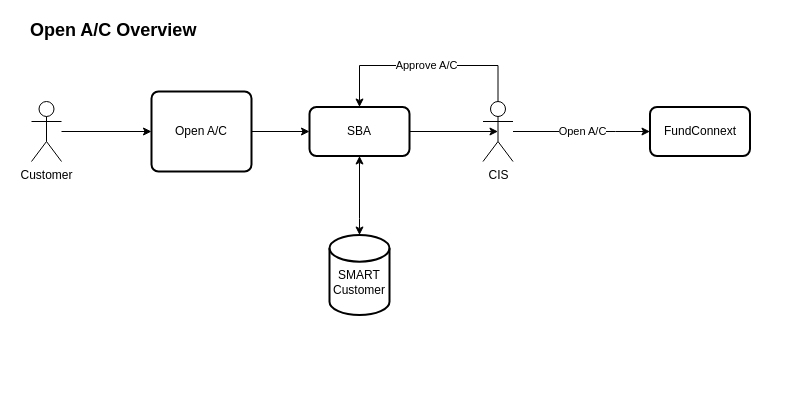
Above: page "OpenAC-Overview" (6 of 7) of UT Diagram.drawio in peerapongdev/diagrams (draw.io), before the change. Source tidied: cells renumbered, new cells numbered last; positions are measured from the earlier drawing's top-left corner, leaving out a move shared by most shapes. Both pictures are drawn from the tidied source at 100%, with x=0, y=0 at pixel (28, 17).
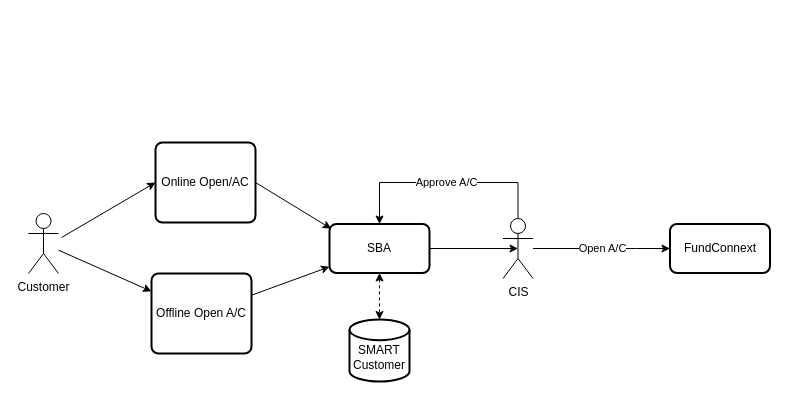
The same page after the edit.

The edit, as a diff of the source:
```diff
@@
     <mxCell id="2" value="&lt;br&gt;SMART Customer" style="strokeWidth=2;html=1;shape=mxgraph.flowchart.database;whiteSpace=wrap;fontColor=#000000;align=center;" parent="1" vertex="1">
-      <mxGeometry x="301" y="217.5" width="60" height="80" as="geometry" />
+      <mxGeometry x="321" y="302" width="60" height="62" as="geometry" />
     </mxCell>
-    <mxCell id="3" style="edgeStyle=orthogonalEdgeStyle;rounded=0;jettySize=auto;html=1;startArrow=none;startFill=0;fontColor=#000000;" parent="1" edge="1" source="4" target="6">
+    <mxCell id="3" style="rounded=0;jettySize=auto;html=1;startArrow=none;startFill=0;fontColor=#000000;" parent="1" edge="1" source="4" target="6">
       <mxGeometry relative="1" as="geometry" />
     </mxCell>
     <mxCell id="4" value="Customer" style="shape=umlActor;verticalLabelPosition=bottom;labelBackgroundColor=#ffffff;verticalAlign=top;html=1;fontColor=#000000;align=center;" parent="1" vertex="1">
-      <mxGeometry x="3" y="84" width="30" height="60" as="geometry" />
+      <mxGeometry y="196" width="30" height="60" as="geometry" />
     </mxCell>
-    <mxCell id="5" style="edgeStyle=orthogonalEdgeStyle;rounded=0;jettySize=auto;html=1;fontColor=#000000;" parent="1" edge="1" source="6" target="14">
+    <mxCell id="5" style="rounded=0;jettySize=auto;html=1;fontColor=#000000;" parent="1" edge="1" source="6" target="14">
       <mxGeometry relative="1" as="geometry" />
     </mxCell>
-    <mxCell id="6" value="Open A/C" style="rounded=1;whiteSpace=wrap;html=1;absoluteArcSize=1;arcSize=14;strokeWidth=2;fontColor=#000000;align=center;" parent="1" vertex="1">
-      <mxGeometry x="123" y="74" width="100" height="80" as="geometry" />
+    <mxCell id="6" value="Offline Open A/C" style="rounded=1;whiteSpace=wrap;html=1;absoluteArcSize=1;arcSize=14;strokeWidth=2;fontColor=#000000;align=center;" parent="1" vertex="1">
+      <mxGeometry x="123" y="256" width="100" height="80" as="geometry" />
     </mxCell>
     <mxCell id="7" value="Open A/C" style="edgeStyle=orthogonalEdgeStyle;rounded=0;jettySize=auto;html=1;fontColor=#000000;" parent="1" edge="1" source="9" target="11">
       <mxGeometry relative="1" as="geometry">
         <Array as="points">
-          <mxPoint x="587" y="114" />
+          <mxPoint x="607" y="231" />
         </Array>
       </mxGeometry>
     </mxCell>
     <mxCell id="8" value="Approve A/C" style="edgeStyle=orthogonalEdgeStyle;rounded=0;jettySize=auto;html=1;entryX=0.5;entryY=0;entryDx=0;entryDy=0;startArrow=none;startFill=0;fontColor=#000000;" parent="1" edge="1" source="9" target="14">
       <mxGeometry relative="1" as="geometry">
         <Array as="points">
-          <mxPoint x="469" y="48" />
-          <mxPoint x="331" y="48" />
+          <mxPoint x="489" y="165" />
+          <mxPoint x="351" y="165" />
         </Array>
       </mxGeometry>
     </mxCell>
     <mxCell id="9" value="CIS" style="shape=umlActor;verticalLabelPosition=bottom;labelBackgroundColor=#ffffff;verticalAlign=top;html=1;fontColor=#000000;align=center;" parent="1" vertex="1">
-      <mxGeometry x="454.5" y="84" width="30" height="60" as="geometry" />
+      <mxGeometry x="474.5" y="201" width="30" height="60" as="geometry" />
     </mxCell>
-    <mxCell id="10" value="&lt;b&gt;&lt;font style=&quot;font-size: 18px&quot;&gt;Open A/C Overview&lt;/font&gt;&lt;/b&gt;" style="text;html=1;align=left;verticalAlign=top;spacingTop=-4;fontColor=#000000;" parent="1" vertex="1">
-      <mxGeometry width="177" height="15" as="geometry" />
-    </mxCell>
     <mxCell id="11" value="FundConnext" style="rounded=1;whiteSpace=wrap;html=1;absoluteArcSize=1;arcSize=14;strokeWidth=2;fontColor=#000000;align=center;" parent="1" vertex="1">
-      <mxGeometry x="621.5" y="89.5" width="100" height="49" as="geometry" />
+      <mxGeometry x="641.5" y="206.5" width="100" height="49" as="geometry" />
     </mxCell>
+    <mxCell id="13" style="edgeStyle=orthogonalEdgeStyle;rounded=0;jettySize=auto;html=1;entryX=0.5;entryY=0.5;entryDx=0;entryDy=0;entryPerimeter=0;fontColor=#000000;" parent="1" edge="1" source="14" target="9">
+      <mxGeometry relative="1" as="geometry" />
+    </mxCell>
-    <mxCell id="12" style="edgeStyle=orthogonalEdgeStyle;rounded=0;jettySize=auto;html=1;entryX=0.5;entryY=0;entryDx=0;entryDy=0;entryPerimeter=0;fontColor=#000000;startArrow=classic;startFill=1;" parent="1" edge="1" source="14" target="2">
-      <mxGeometry relative="1" as="geometry">
-        <Array as="points">
-          <mxPoint x="331" y="201" />
-          <mxPoint x="331" y="201" />
-        </Array>
-      </mxGeometry>
+    <mxCell id="12" style="edgeStyle=none;rounded=0;jettySize=auto;html=1;entryX=0.5;entryY=0;entryDx=0;entryDy=0;entryPerimeter=0;dashed=1;fontColor=#FF3333;startArrow=classic;startFill=1;" parent="1" edge="1" source="14" target="2">
+      <mxGeometry relative="1" as="geometry" />
     </mxCell>
-    <mxCell id="13" style="edgeStyle=orthogonalEdgeStyle;rounded=0;jettySize=auto;html=1;entryX=0.5;entryY=0.5;entryDx=0;entryDy=0;entryPerimeter=0;fontColor=#000000;" parent="1" edge="1" source="14" target="9">
-      <mxGeometry relative="1" as="geometry" />
-    </mxCell>
     <mxCell id="14" value="SBA" style="rounded=1;whiteSpace=wrap;html=1;absoluteArcSize=1;arcSize=14;strokeWidth=2;fontColor=#000000;align=center;" parent="1" vertex="1">
-      <mxGeometry x="281" y="89.5" width="100" height="49" as="geometry" />
+      <mxGeometry x="301" y="206.5" width="100" height="49" as="geometry" />
     </mxCell>
+    <mxCell id="15" style="edgeStyle=none;rounded=0;jettySize=auto;html=1;entryX=0.017;entryY=0.096;entryDx=0;entryDy=0;fontColor=#FF3333;exitX=1;exitY=0.5;exitDx=0;exitDy=0;entryPerimeter=0;" parent="1" edge="1" source="16" target="14">
+      <mxGeometry relative="1" as="geometry" />
+    </mxCell>
+    <mxCell id="16" value="Online Open/AC" style="rounded=1;whiteSpace=wrap;html=1;absoluteArcSize=1;arcSize=14;strokeWidth=2;fontColor=#000000;align=center;" parent="1" vertex="1">
+      <mxGeometry x="127" y="125" width="100" height="80" as="geometry" />
+    </mxCell>
+    <mxCell id="17" style="rounded=0;jettySize=auto;html=1;startArrow=none;startFill=0;fontColor=#000000;entryX=0;entryY=0.5;entryDx=0;entryDy=0;" parent="1" edge="1" target="16">
+      <mxGeometry relative="1" as="geometry">
+        <mxPoint x="33" y="220" as="sourcePoint" />
+      </mxGeometry>
+    </mxCell>
```
